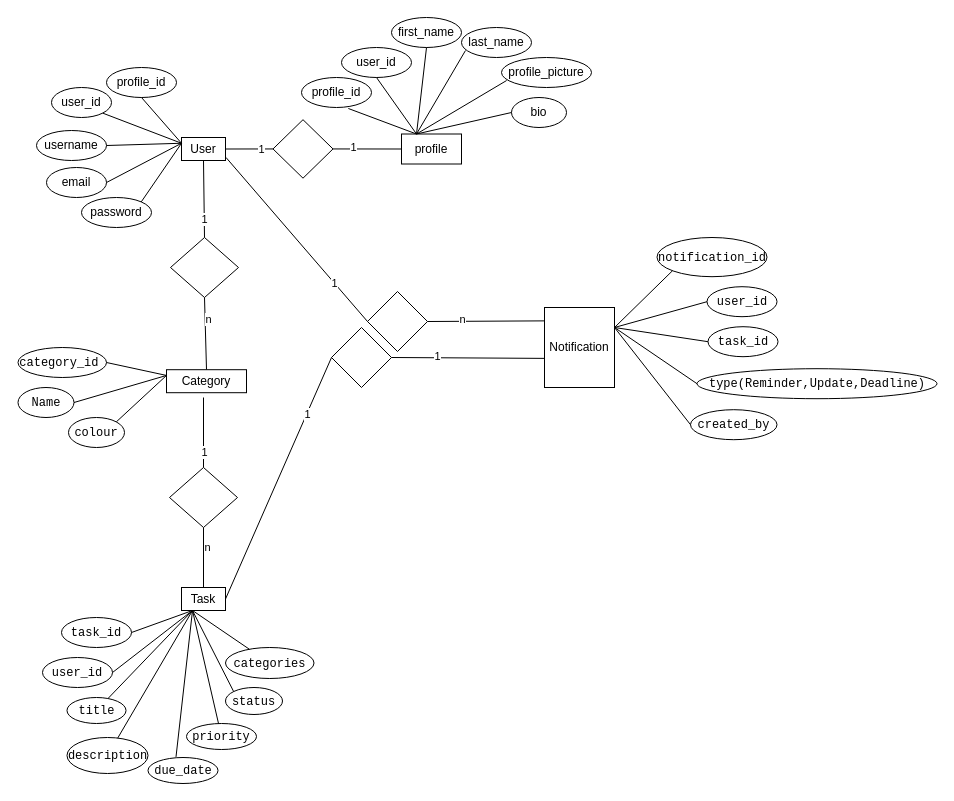
Before: data-modelling/hustle-hub.drawio in jasjeev013/hustle-hub, a draw.io diagram. Source tidied: cells renumbered, new cells numbered last; positions are measured from the earlier drawing's top-left corner, leaving out a move shared by most shapes. Both pictures are drawn from the tidied source at 100%, with x=0, y=0 at pixel (18, 17).
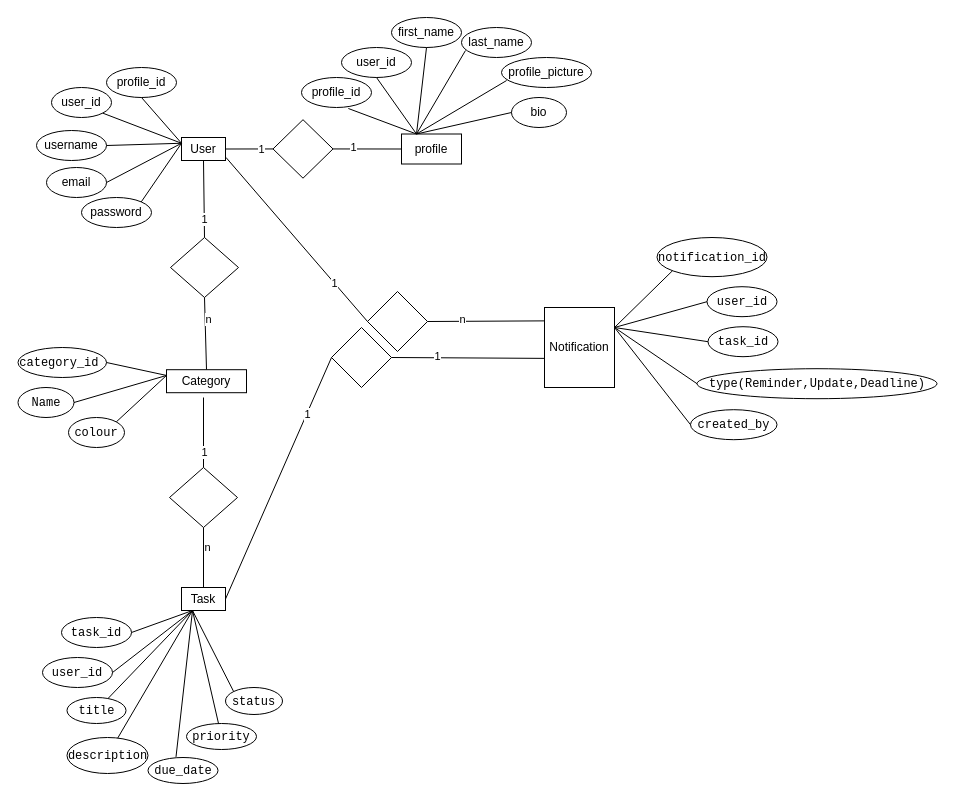
Above is the later version.

The change refers to these unchanged cells:
```xml
<mxCell id="36" value="Task" style="rounded=0;whiteSpace=wrap;html=1;" parent="1" vertex="1">
  <mxGeometry x="163" y="570" width="44" height="23" as="geometry" />
</mxCell>
```

Diff of the diagram source:
```diff
@@
-    <mxCell id="51" value="&lt;code&gt;categories&lt;/code&gt;" style="ellipse;whiteSpace=wrap;html=1;" parent="1" vertex="1">
-      <mxGeometry x="207" y="630" width="88.5" height="31" as="geometry" />
-    </mxCell>
-    <mxCell id="52" style="endArrow=none;html=1;rounded=0;entryX=0.25;entryY=1;entryDx=0;entryDy=0;" parent="1" edge="1" source="51" target="36">
-      <mxGeometry relative="1" as="geometry" />
-    </mxCell>
```
